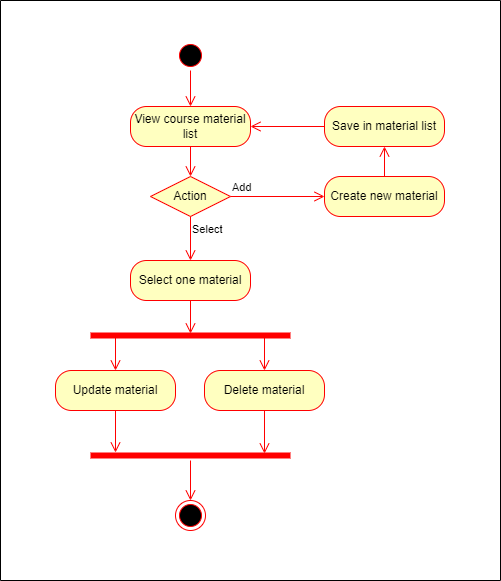
This is Materials/Activity Diagrams/AD_Manage Course Materials.png from iprosenjitp/Tech-School, a draw.io export, as it was before one commit. Source tidied: cells renumbered, new cells last; positions are measured from the earlier drawing's top-left corner, leaving out a move shared by most shapes. Its diagram source:
```xml
<mxGraphModel background="#ffffff">
  <root>
    <mxCell id="0" />
    <mxCell id="1" parent="0" />
    <mxCell id="2" style="ellipse;html=1;shape=startState;fillColor=#000000;strokeColor=#ff0000;" parent="1" vertex="1">
      <mxGeometry x="175" y="40" width="30" height="30" as="geometry" />
    </mxCell>
    <mxCell id="3" style="edgeStyle=orthogonalEdgeStyle;html=1;verticalAlign=bottom;endArrow=open;endSize=8;strokeColor=#ff0000;rounded=0;entryX=0.5;entryY=0;entryDx=0;entryDy=0;" parent="1" edge="1" source="2" target="4">
      <mxGeometry relative="1" as="geometry" />
    </mxCell>
    <mxCell id="4" value="View course material list" style="rounded=1;whiteSpace=wrap;html=1;arcSize=40;fontColor=#000000;fillColor=#ffffc0;strokeColor=#ff0000;" parent="1" vertex="1">
      <mxGeometry x="130" y="106" width="120" height="40" as="geometry" />
    </mxCell>
    <mxCell id="5" style="edgeStyle=orthogonalEdgeStyle;html=1;verticalAlign=bottom;endArrow=open;endSize=8;strokeColor=#ff0000;rounded=0;" parent="1" edge="1" source="4" target="17">
      <mxGeometry relative="1" as="geometry" />
    </mxCell>
    <mxCell id="6" value="Select one material" style="rounded=1;whiteSpace=wrap;html=1;arcSize=40;fontColor=#000000;fillColor=#ffffc0;strokeColor=#ff0000;" parent="1" vertex="1">
      <mxGeometry x="130" y="260" width="120" height="40" as="geometry" />
    </mxCell>
    <mxCell id="7" style="edgeStyle=orthogonalEdgeStyle;html=1;verticalAlign=bottom;endArrow=open;endSize=8;strokeColor=#ff0000;rounded=0;entryX=0.5;entryY=0.3;entryDx=0;entryDy=0;entryPerimeter=0;" parent="1" edge="1" source="6" target="8">
      <mxGeometry relative="1" as="geometry" />
    </mxCell>
    <mxCell id="8" style="shape=line;html=1;strokeWidth=6;strokeColor=#ff0000;" parent="1" vertex="1">
      <mxGeometry x="90" y="330" width="200" height="10" as="geometry" />
    </mxCell>
    <mxCell id="9" style="edgeStyle=orthogonalEdgeStyle;rounded=0;jettySize=auto;html=1;exitX=0.125;exitY=0.5;exitDx=0;exitDy=0;entryX=0.5;entryY=0;entryDx=0;entryDy=0;exitPerimeter=0;fillColor=#f8cecc;strokeColor=#FF0000;endArrow=open;endFill=0;endSize=8;" parent="1" edge="1" source="8" target="11">
      <mxGeometry relative="1" as="geometry" />
    </mxCell>
    <mxCell id="10" style="edgeStyle=orthogonalEdgeStyle;rounded=0;jettySize=auto;html=1;exitX=0.5;exitY=1;exitDx=0;exitDy=0;entryX=0.125;entryY=0.2;entryDx=0;entryDy=0;entryPerimeter=0;endArrow=open;endFill=0;endSize=8;strokeColor=#FF0000;" parent="1" edge="1" source="11" target="15">
      <mxGeometry relative="1" as="geometry" />
    </mxCell>
    <mxCell id="11" value="Update material" style="rounded=1;whiteSpace=wrap;html=1;arcSize=40;fontColor=#000000;fillColor=#ffffc0;strokeColor=#ff0000;" parent="1" vertex="1">
      <mxGeometry x="55" y="370" width="120" height="40" as="geometry" />
    </mxCell>
    <mxCell id="12" style="edgeStyle=orthogonalEdgeStyle;rounded=0;jettySize=auto;html=1;exitX=0.87;exitY=0.6;exitDx=0;exitDy=0;entryX=0.5;entryY=0;entryDx=0;entryDy=0;exitPerimeter=0;fillColor=#f8cecc;strokeColor=#FF0000;endArrow=open;endFill=0;endSize=8;" parent="1" edge="1" source="8" target="14">
      <mxGeometry relative="1" as="geometry" />
    </mxCell>
    <mxCell id="13" style="edgeStyle=orthogonalEdgeStyle;rounded=0;jettySize=auto;html=1;exitX=0.5;exitY=1;exitDx=0;exitDy=0;entryX=0.87;entryY=0.3;entryDx=0;entryDy=0;entryPerimeter=0;endArrow=open;endFill=0;endSize=8;strokeColor=#FF0000;" parent="1" edge="1" source="14" target="15">
      <mxGeometry relative="1" as="geometry" />
    </mxCell>
    <mxCell id="14" value="Delete material" style="rounded=1;whiteSpace=wrap;html=1;arcSize=40;fontColor=#000000;fillColor=#ffffc0;strokeColor=#ff0000;" parent="1" vertex="1">
      <mxGeometry x="204" y="370" width="120" height="40" as="geometry" />
    </mxCell>
    <mxCell id="15" style="shape=line;html=1;strokeWidth=6;strokeColor=#ff0000;" parent="1" vertex="1">
      <mxGeometry x="90" y="450" width="200" height="10" as="geometry" />
    </mxCell>
    <mxCell id="16" style="edgeStyle=orthogonalEdgeStyle;html=1;verticalAlign=bottom;endArrow=open;endSize=8;strokeColor=#ff0000;rounded=0;entryX=0.5;entryY=0;entryDx=0;entryDy=0;" parent="1" edge="1" source="15" target="24">
      <mxGeometry relative="1" as="geometry" />
    </mxCell>
    <mxCell id="17" value="Action" style="rhombus;whiteSpace=wrap;html=1;fontColor=#000000;fillColor=#ffffc0;strokeColor=#ff0000;" parent="1" vertex="1">
      <mxGeometry x="150" y="176" width="80" height="40" as="geometry" />
    </mxCell>
    <mxCell id="18" value="Add" style="edgeStyle=orthogonalEdgeStyle;html=1;align=left;verticalAlign=bottom;endArrow=open;endSize=8;strokeColor=#ff0000;rounded=0;entryX=0;entryY=0.5;entryDx=0;entryDy=0;" parent="1" edge="1" source="17" target="20">
      <mxGeometry x="-1" relative="1" as="geometry" />
    </mxCell>
    <mxCell id="19" value="Select" style="edgeStyle=orthogonalEdgeStyle;html=1;align=left;verticalAlign=top;endArrow=open;endSize=8;strokeColor=#ff0000;rounded=0;entryX=0.5;entryY=0;entryDx=0;entryDy=0;" parent="1" edge="1" source="17" target="6">
      <mxGeometry x="-1" relative="1" as="geometry" />
    </mxCell>
    <mxCell id="20" value="Create new material" style="rounded=1;whiteSpace=wrap;html=1;arcSize=40;fontColor=#000000;fillColor=#ffffc0;strokeColor=#ff0000;" parent="1" vertex="1">
      <mxGeometry x="324" y="176" width="120" height="40" as="geometry" />
    </mxCell>
    <mxCell id="21" style="edgeStyle=orthogonalEdgeStyle;html=1;verticalAlign=bottom;endArrow=open;endSize=8;strokeColor=#ff0000;rounded=0;entryX=0.5;entryY=1;entryDx=0;entryDy=0;" parent="1" edge="1" source="20" target="22">
      <mxGeometry relative="1" as="geometry" />
    </mxCell>
    <mxCell id="22" value="Save in material list" style="rounded=1;whiteSpace=wrap;html=1;arcSize=40;fontColor=#000000;fillColor=#ffffc0;strokeColor=#ff0000;" parent="1" vertex="1">
      <mxGeometry x="324" y="106" width="120" height="40" as="geometry" />
    </mxCell>
    <mxCell id="23" style="edgeStyle=orthogonalEdgeStyle;html=1;verticalAlign=bottom;endArrow=open;endSize=8;strokeColor=#ff0000;rounded=0;entryX=1;entryY=0.5;entryDx=0;entryDy=0;" parent="1" edge="1" source="22" target="4">
      <mxGeometry relative="1" as="geometry" />
    </mxCell>
    <mxCell id="24" style="ellipse;html=1;shape=endState;fillColor=#000000;strokeColor=#ff0000;" parent="1" vertex="1">
      <mxGeometry x="175" y="500" width="30" height="30" as="geometry" />
    </mxCell>
    <mxCell id="25" style="swimlane;startSize=0;" parent="1" vertex="1">
      <mxGeometry width="500" height="580" as="geometry" />
    </mxCell>
  </root>
</mxGraphModel>
```
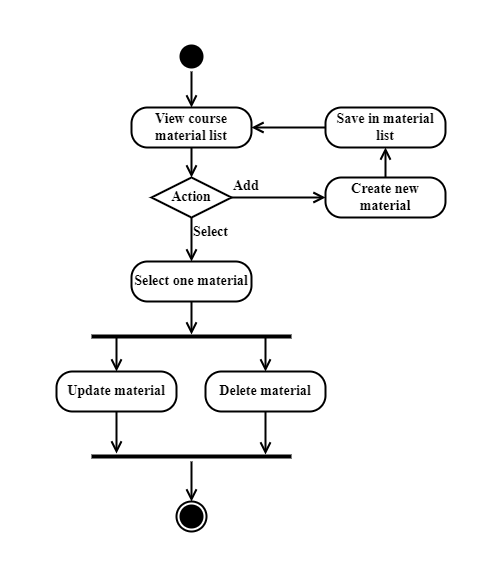
After the change.

Change to the diagram source:
```diff
@@ -2,76 +2,76 @@
   <root>
     <mxCell id="0" />
     <mxCell id="1" parent="0" />
-    <mxCell id="2" style="ellipse;html=1;shape=startState;fillColor=#000000;strokeColor=#ff0000;" parent="1" vertex="1">
+    <mxCell id="2" style="ellipse;html=1;shape=startState;fontSize=14;fontStyle=1;strokeWidth=2;fillColor=#000000;fontFamily=Times New Roman;" parent="1" vertex="1">
       <mxGeometry x="175" y="40" width="30" height="30" as="geometry" />
     </mxCell>
-    <mxCell id="3" style="edgeStyle=orthogonalEdgeStyle;html=1;verticalAlign=bottom;endArrow=open;endSize=8;strokeColor=#ff0000;rounded=0;entryX=0.5;entryY=0;entryDx=0;entryDy=0;" parent="1" edge="1" source="2" target="4">
+    <mxCell id="3" style="edgeStyle=orthogonalEdgeStyle;html=1;verticalAlign=bottom;endArrow=open;endSize=8;rounded=0;entryX=0.5;entryY=0;entryDx=0;entryDy=0;fontSize=14;fontStyle=1;strokeWidth=2;fontFamily=Times New Roman;" parent="1" edge="1" source="2" target="4">
       <mxGeometry relative="1" as="geometry" />
     </mxCell>
-    <mxCell id="4" value="View course material list" style="rounded=1;whiteSpace=wrap;html=1;arcSize=40;fontColor=#000000;fillColor=#ffffc0;strokeColor=#ff0000;" parent="1" vertex="1">
+    <mxCell id="4" value="View course material list" style="rounded=1;whiteSpace=wrap;html=1;arcSize=40;fontSize=14;fontStyle=1;strokeWidth=2;fontFamily=Times New Roman;" parent="1" vertex="1">
       <mxGeometry x="130" y="106" width="120" height="40" as="geometry" />
     </mxCell>
-    <mxCell id="5" style="edgeStyle=orthogonalEdgeStyle;html=1;verticalAlign=bottom;endArrow=open;endSize=8;strokeColor=#ff0000;rounded=0;" parent="1" edge="1" source="4" target="17">
+    <mxCell id="5" style="edgeStyle=orthogonalEdgeStyle;html=1;verticalAlign=bottom;endArrow=open;endSize=8;rounded=0;fontSize=14;fontStyle=1;strokeWidth=2;fontFamily=Times New Roman;" parent="1" edge="1" source="4" target="17">
       <mxGeometry relative="1" as="geometry" />
     </mxCell>
-    <mxCell id="6" value="Select one material" style="rounded=1;whiteSpace=wrap;html=1;arcSize=40;fontColor=#000000;fillColor=#ffffc0;strokeColor=#ff0000;" parent="1" vertex="1">
+    <mxCell id="6" value="Select one material" style="rounded=1;whiteSpace=wrap;html=1;arcSize=40;fontSize=14;fontStyle=1;strokeWidth=2;fontFamily=Times New Roman;" parent="1" vertex="1">
       <mxGeometry x="130" y="260" width="120" height="40" as="geometry" />
     </mxCell>
-    <mxCell id="7" style="edgeStyle=orthogonalEdgeStyle;html=1;verticalAlign=bottom;endArrow=open;endSize=8;strokeColor=#ff0000;rounded=0;entryX=0.5;entryY=0.3;entryDx=0;entryDy=0;entryPerimeter=0;" parent="1" edge="1" source="6" target="8">
+    <mxCell id="7" style="edgeStyle=orthogonalEdgeStyle;html=1;verticalAlign=bottom;endArrow=open;endSize=8;rounded=0;entryX=0.5;entryY=0.3;entryDx=0;entryDy=0;entryPerimeter=0;fontSize=14;fontStyle=1;strokeWidth=2;fontFamily=Times New Roman;" parent="1" edge="1" source="6" target="8">
       <mxGeometry relative="1" as="geometry" />
     </mxCell>
-    <mxCell id="8" style="shape=line;html=1;strokeWidth=6;strokeColor=#ff0000;" parent="1" vertex="1">
+    <mxCell id="8" style="shape=line;html=1;strokeWidth=4;fontSize=14;fontStyle=1;fontFamily=Times New Roman;" parent="1" vertex="1">
       <mxGeometry x="90" y="330" width="200" height="10" as="geometry" />
     </mxCell>
-    <mxCell id="9" style="edgeStyle=orthogonalEdgeStyle;rounded=0;jettySize=auto;html=1;exitX=0.125;exitY=0.5;exitDx=0;exitDy=0;entryX=0.5;entryY=0;entryDx=0;entryDy=0;exitPerimeter=0;fillColor=#f8cecc;strokeColor=#FF0000;endArrow=open;endFill=0;endSize=8;" parent="1" edge="1" source="8" target="11">
+    <mxCell id="9" style="edgeStyle=orthogonalEdgeStyle;rounded=0;jettySize=auto;html=1;exitX=0.125;exitY=0.5;exitDx=0;exitDy=0;entryX=0.5;entryY=0;entryDx=0;entryDy=0;exitPerimeter=0;endArrow=open;endFill=0;endSize=8;fontSize=14;fontStyle=1;strokeWidth=2;fontFamily=Times New Roman;" parent="1" edge="1" source="8" target="11">
       <mxGeometry relative="1" as="geometry" />
     </mxCell>
-    <mxCell id="10" style="edgeStyle=orthogonalEdgeStyle;rounded=0;jettySize=auto;html=1;exitX=0.5;exitY=1;exitDx=0;exitDy=0;entryX=0.125;entryY=0.2;entryDx=0;entryDy=0;entryPerimeter=0;endArrow=open;endFill=0;endSize=8;strokeColor=#FF0000;" parent="1" edge="1" source="11" target="15">
+    <mxCell id="10" style="edgeStyle=orthogonalEdgeStyle;rounded=0;jettySize=auto;html=1;exitX=0.5;exitY=1;exitDx=0;exitDy=0;entryX=0.125;entryY=0.2;entryDx=0;entryDy=0;entryPerimeter=0;endArrow=open;endFill=0;endSize=8;fontSize=14;fontStyle=1;strokeWidth=2;fontFamily=Times New Roman;" parent="1" edge="1" source="11" target="15">
       <mxGeometry relative="1" as="geometry" />
     </mxCell>
-    <mxCell id="11" value="Update material" style="rounded=1;whiteSpace=wrap;html=1;arcSize=40;fontColor=#000000;fillColor=#ffffc0;strokeColor=#ff0000;" parent="1" vertex="1">
+    <mxCell id="11" value="Update material" style="rounded=1;whiteSpace=wrap;html=1;arcSize=40;fontSize=14;fontStyle=1;strokeWidth=2;fontFamily=Times New Roman;" parent="1" vertex="1">
       <mxGeometry x="55" y="370" width="120" height="40" as="geometry" />
     </mxCell>
-    <mxCell id="12" style="edgeStyle=orthogonalEdgeStyle;rounded=0;jettySize=auto;html=1;exitX=0.87;exitY=0.6;exitDx=0;exitDy=0;entryX=0.5;entryY=0;entryDx=0;entryDy=0;exitPerimeter=0;fillColor=#f8cecc;strokeColor=#FF0000;endArrow=open;endFill=0;endSize=8;" parent="1" edge="1" source="8" target="14">
+    <mxCell id="12" style="edgeStyle=orthogonalEdgeStyle;rounded=0;jettySize=auto;html=1;exitX=0.87;exitY=0.6;exitDx=0;exitDy=0;entryX=0.5;entryY=0;entryDx=0;entryDy=0;exitPerimeter=0;endArrow=open;endFill=0;endSize=8;fontSize=14;fontStyle=1;strokeWidth=2;fontFamily=Times New Roman;" parent="1" edge="1" source="8" target="14">
       <mxGeometry relative="1" as="geometry" />
     </mxCell>
-    <mxCell id="13" style="edgeStyle=orthogonalEdgeStyle;rounded=0;jettySize=auto;html=1;exitX=0.5;exitY=1;exitDx=0;exitDy=0;entryX=0.87;entryY=0.3;entryDx=0;entryDy=0;entryPerimeter=0;endArrow=open;endFill=0;endSize=8;strokeColor=#FF0000;" parent="1" edge="1" source="14" target="15">
+    <mxCell id="13" style="edgeStyle=orthogonalEdgeStyle;rounded=0;jettySize=auto;html=1;exitX=0.5;exitY=1;exitDx=0;exitDy=0;entryX=0.87;entryY=0.3;entryDx=0;entryDy=0;entryPerimeter=0;endArrow=open;endFill=0;endSize=8;fontSize=14;fontStyle=1;strokeWidth=2;fontFamily=Times New Roman;" parent="1" edge="1" source="14" target="15">
       <mxGeometry relative="1" as="geometry" />
     </mxCell>
-    <mxCell id="14" value="Delete material" style="rounded=1;whiteSpace=wrap;html=1;arcSize=40;fontColor=#000000;fillColor=#ffffc0;strokeColor=#ff0000;" parent="1" vertex="1">
+    <mxCell id="14" value="Delete material" style="rounded=1;whiteSpace=wrap;html=1;arcSize=40;fontSize=14;fontStyle=1;strokeWidth=2;fontFamily=Times New Roman;" parent="1" vertex="1">
       <mxGeometry x="204" y="370" width="120" height="40" as="geometry" />
     </mxCell>
-    <mxCell id="15" style="shape=line;html=1;strokeWidth=6;strokeColor=#ff0000;" parent="1" vertex="1">
+    <mxCell id="15" style="shape=line;html=1;strokeWidth=4;fontSize=14;fontStyle=1;fontFamily=Times New Roman;" parent="1" vertex="1">
       <mxGeometry x="90" y="450" width="200" height="10" as="geometry" />
     </mxCell>
-    <mxCell id="16" style="edgeStyle=orthogonalEdgeStyle;html=1;verticalAlign=bottom;endArrow=open;endSize=8;strokeColor=#ff0000;rounded=0;entryX=0.5;entryY=0;entryDx=0;entryDy=0;" parent="1" edge="1" source="15" target="24">
+    <mxCell id="16" style="edgeStyle=orthogonalEdgeStyle;html=1;verticalAlign=bottom;endArrow=open;endSize=8;rounded=0;entryX=0.5;entryY=0;entryDx=0;entryDy=0;fontSize=14;fontStyle=1;strokeWidth=2;fontFamily=Times New Roman;" parent="1" edge="1" source="15" target="24">
       <mxGeometry relative="1" as="geometry" />
     </mxCell>
-    <mxCell id="17" value="Action" style="rhombus;whiteSpace=wrap;html=1;fontColor=#000000;fillColor=#ffffc0;strokeColor=#ff0000;" parent="1" vertex="1">
+    <mxCell id="17" value="Action" style="rhombus;whiteSpace=wrap;html=1;fontSize=14;fontStyle=1;strokeWidth=2;fontFamily=Times New Roman;" parent="1" vertex="1">
       <mxGeometry x="150" y="176" width="80" height="40" as="geometry" />
     </mxCell>
-    <mxCell id="18" value="Add" style="edgeStyle=orthogonalEdgeStyle;html=1;align=left;verticalAlign=bottom;endArrow=open;endSize=8;strokeColor=#ff0000;rounded=0;entryX=0;entryY=0.5;entryDx=0;entryDy=0;" parent="1" edge="1" source="17" target="20">
+    <mxCell id="18" value="Add" style="edgeStyle=orthogonalEdgeStyle;html=1;align=left;verticalAlign=bottom;endArrow=open;endSize=8;rounded=0;entryX=0;entryY=0.5;entryDx=0;entryDy=0;fontSize=14;fontStyle=1;strokeWidth=2;fontFamily=Times New Roman;" parent="1" edge="1" source="17" target="20">
       <mxGeometry x="-1" relative="1" as="geometry" />
     </mxCell>
-    <mxCell id="19" value="Select" style="edgeStyle=orthogonalEdgeStyle;html=1;align=left;verticalAlign=top;endArrow=open;endSize=8;strokeColor=#ff0000;rounded=0;entryX=0.5;entryY=0;entryDx=0;entryDy=0;" parent="1" edge="1" source="17" target="6">
+    <mxCell id="19" value="Select" style="edgeStyle=orthogonalEdgeStyle;html=1;align=left;verticalAlign=top;endArrow=open;endSize=8;rounded=0;entryX=0.5;entryY=0;entryDx=0;entryDy=0;fontSize=14;fontStyle=1;strokeWidth=2;fontFamily=Times New Roman;" parent="1" edge="1" source="17" target="6">
       <mxGeometry x="-1" relative="1" as="geometry" />
     </mxCell>
-    <mxCell id="20" value="Create new material" style="rounded=1;whiteSpace=wrap;html=1;arcSize=40;fontColor=#000000;fillColor=#ffffc0;strokeColor=#ff0000;" parent="1" vertex="1">
+    <mxCell id="20" value="Create new material" style="rounded=1;whiteSpace=wrap;html=1;arcSize=40;fontSize=14;fontStyle=1;strokeWidth=2;fontFamily=Times New Roman;" parent="1" vertex="1">
       <mxGeometry x="324" y="176" width="120" height="40" as="geometry" />
     </mxCell>
-    <mxCell id="21" style="edgeStyle=orthogonalEdgeStyle;html=1;verticalAlign=bottom;endArrow=open;endSize=8;strokeColor=#ff0000;rounded=0;entryX=0.5;entryY=1;entryDx=0;entryDy=0;" parent="1" edge="1" source="20" target="22">
+    <mxCell id="21" style="edgeStyle=orthogonalEdgeStyle;html=1;verticalAlign=bottom;endArrow=open;endSize=8;rounded=0;entryX=0.5;entryY=1;entryDx=0;entryDy=0;fontSize=14;fontStyle=1;strokeWidth=2;fontFamily=Times New Roman;" parent="1" edge="1" source="20" target="22">
       <mxGeometry relative="1" as="geometry" />
     </mxCell>
-    <mxCell id="22" value="Save in material list" style="rounded=1;whiteSpace=wrap;html=1;arcSize=40;fontColor=#000000;fillColor=#ffffc0;strokeColor=#ff0000;" parent="1" vertex="1">
+    <mxCell id="22" value="Save in material list" style="rounded=1;whiteSpace=wrap;html=1;arcSize=40;fontSize=14;fontStyle=1;strokeWidth=2;fontFamily=Times New Roman;" parent="1" vertex="1">
       <mxGeometry x="324" y="106" width="120" height="40" as="geometry" />
     </mxCell>
-    <mxCell id="23" style="edgeStyle=orthogonalEdgeStyle;html=1;verticalAlign=bottom;endArrow=open;endSize=8;strokeColor=#ff0000;rounded=0;entryX=1;entryY=0.5;entryDx=0;entryDy=0;" parent="1" edge="1" source="22" target="4">
+    <mxCell id="23" style="edgeStyle=orthogonalEdgeStyle;html=1;verticalAlign=bottom;endArrow=open;endSize=8;rounded=0;entryX=1;entryY=0.5;entryDx=0;entryDy=0;fontSize=14;fontStyle=1;strokeWidth=2;fontFamily=Times New Roman;" parent="1" edge="1" source="22" target="4">
       <mxGeometry relative="1" as="geometry" />
     </mxCell>
-    <mxCell id="24" style="ellipse;html=1;shape=endState;fillColor=#000000;strokeColor=#ff0000;" parent="1" vertex="1">
+    <mxCell id="24" style="ellipse;html=1;shape=endState;fontSize=14;fontStyle=1;strokeWidth=2;fillColor=#000000;fontFamily=Times New Roman;" parent="1" vertex="1">
       <mxGeometry x="175" y="500" width="30" height="30" as="geometry" />
     </mxCell>
-    <mxCell id="25" style="swimlane;startSize=0;" parent="1" vertex="1">
+    <mxCell id="25" style="swimlane;startSize=0;fontSize=14;fontStyle=1;strokeWidth=2;strokeColor=#FFFFFF;fontFamily=Times New Roman;" parent="1" vertex="1">
       <mxGeometry width="500" height="580" as="geometry" />
     </mxCell>
   </root>
```
